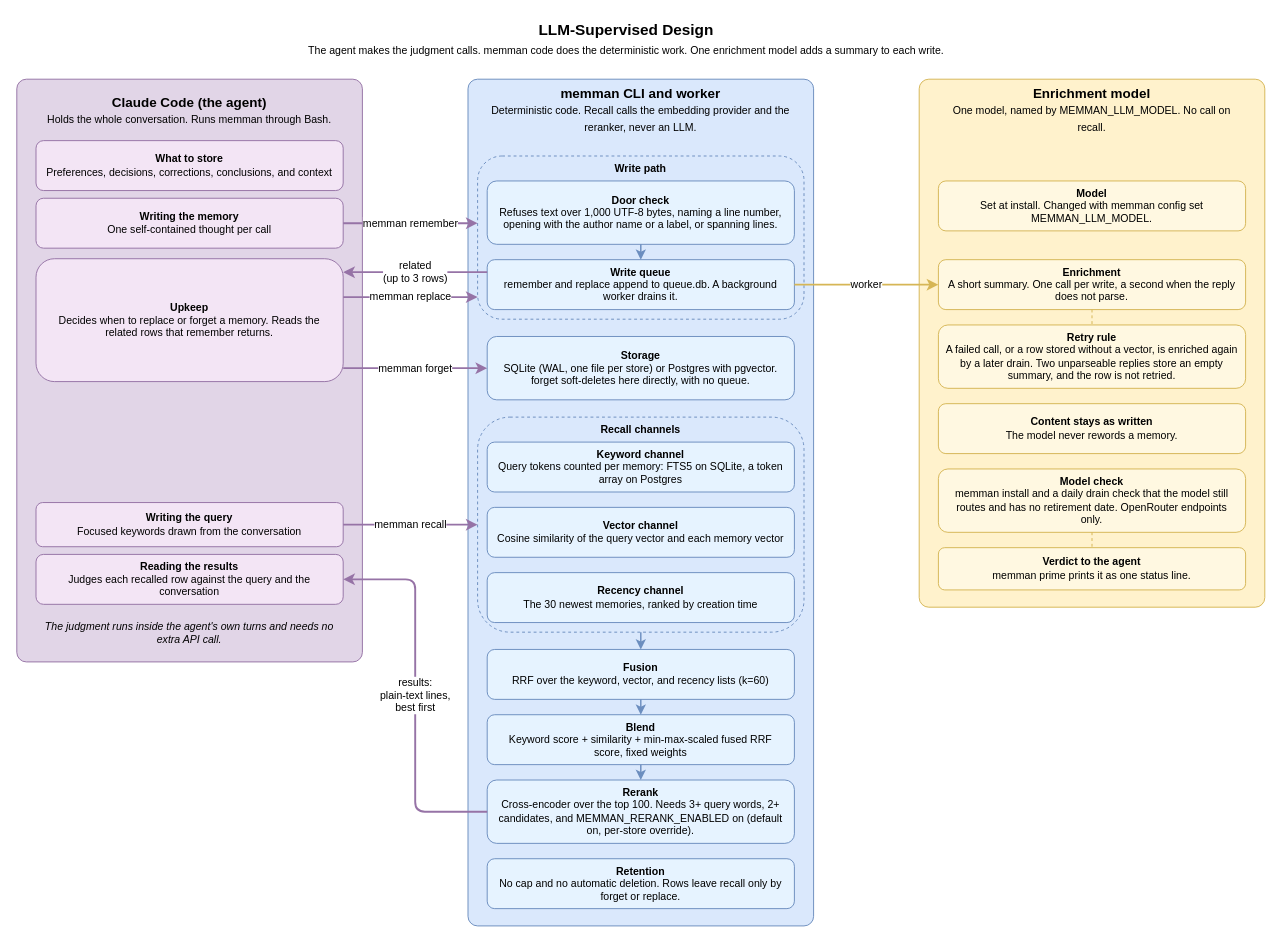
This is docs/diagrams/01-llm-supervised.drawio from bissli/memman, a draw.io file, before an edit. Source tidied: cells renumbered, new cells numbered last; positions are measured from the earlier drawing's top-left corner, leaving out a move shared by most shapes. Both pictures are drawn from the tidied source at 96%, with x=0, y=0 at pixel (16, 16).
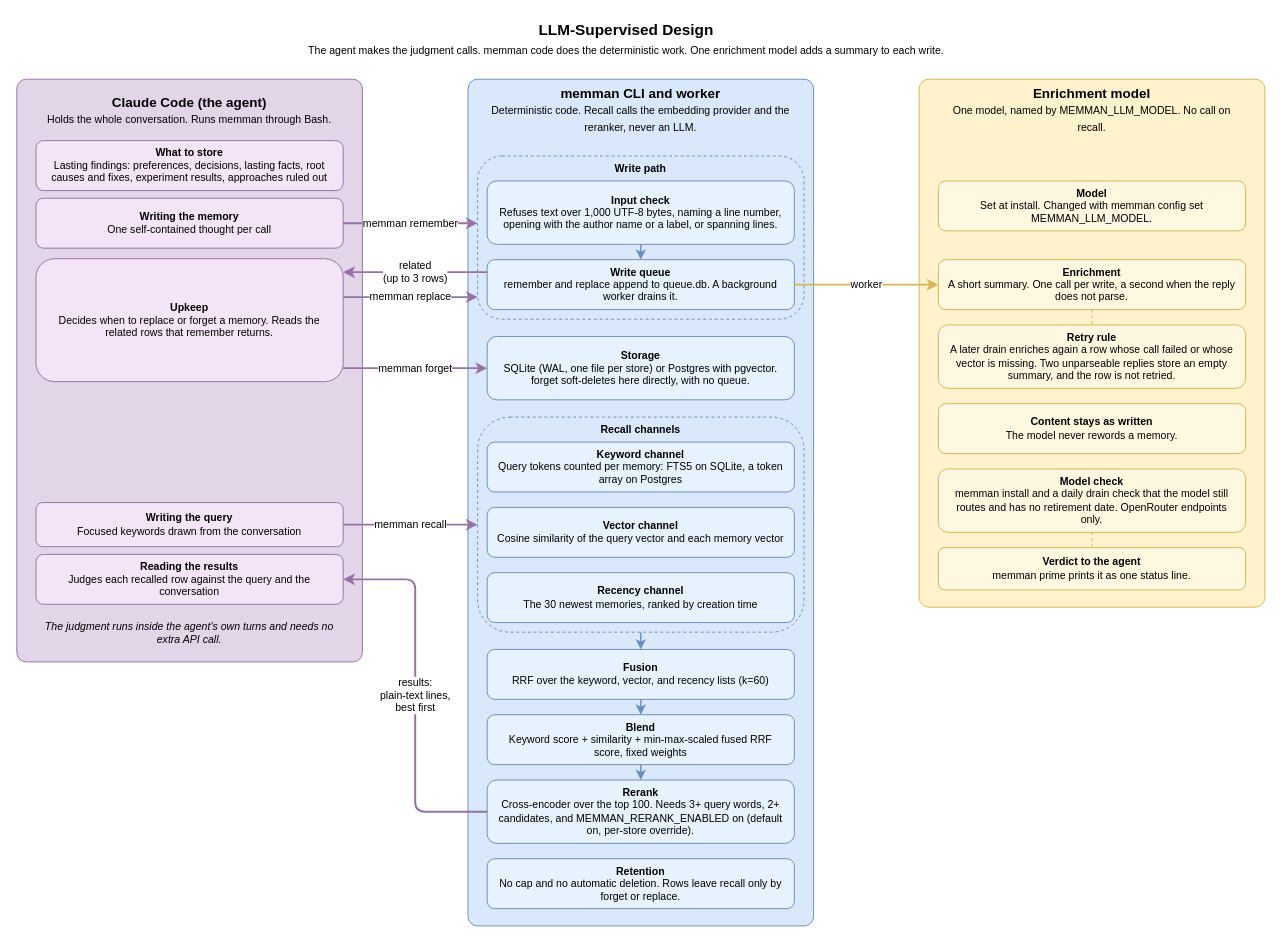
Above is the later version.

Diff of the diagram source:
```diff
@@
-    <mxCell id="5" value="&lt;b&gt;What to store&lt;/b&gt;&lt;br&gt;Preferences, decisions, corrections, conclusions, and context" style="rounded=1;whiteSpace=wrap;html=1;fillColor=#F3E5F5;strokeColor=#9673a6;fontSize=11;spacingLeft=6;spacingRight=6;" parent="1" vertex="1">
+    <mxCell id="5" value="&lt;b&gt;What to store&lt;/b&gt;&lt;br&gt;Lasting findings: preferences, decisions, lasting facts, root causes and fixes, experiment results, approaches ruled out" style="rounded=1;whiteSpace=wrap;html=1;fillColor=#F3E5F5;strokeColor=#9673a6;fontSize=11;spacingLeft=6;spacingRight=6;" parent="1" vertex="1">
       <mxGeometry x="20" y="129" width="320" height="52" as="geometry" />
     </mxCell>
@@
-    <mxCell id="14" value="&lt;b&gt;Door check&lt;/b&gt;&lt;br&gt;Refuses text over 1,000 UTF-8 bytes, naming a line number, opening with the author name or a label, or spanning lines." style="rounded=1;whiteSpace=wrap;html=1;fillColor=#E6F3FF;strokeColor=#6c8ebf;fontSize=11;spacingLeft=6;spacingRight=6;" parent="1" vertex="1">
+    <mxCell id="14" value="&lt;b&gt;Input check&lt;/b&gt;&lt;br&gt;Refuses text over 1,000 UTF-8 bytes, naming a line number, opening with the author name or a label, or spanning lines." style="rounded=1;whiteSpace=wrap;html=1;fillColor=#E6F3FF;strokeColor=#6c8ebf;fontSize=11;spacingLeft=6;spacingRight=6;" parent="1" vertex="1">
       <mxGeometry x="490" y="171" width="320" height="66" as="geometry" />
     </mxCell>
@@
-    <mxCell id="29" value="&lt;b&gt;Retry rule&lt;/b&gt;&lt;br&gt;A failed call, or a row stored without a vector, is enriched again by a later drain. Two unparseable replies store an empty summary, and the row is not retried." style="rounded=1;whiteSpace=wrap;html=1;fillColor=#FFF8E1;strokeColor=#d6b656;fontSize=11;spacingLeft=6;spacingRight=6;" parent="1" vertex="1">
+    <mxCell id="29" value="&lt;b&gt;Retry rule&lt;/b&gt;&lt;br&gt;A later drain enriches again a row whose call failed or whose vector is missing. Two unparseable replies store an empty summary, and the row is not retried." style="rounded=1;whiteSpace=wrap;html=1;fillColor=#FFF8E1;strokeColor=#d6b656;fontSize=11;spacingLeft=6;spacingRight=6;" parent="1" vertex="1">
       <mxGeometry x="960" y="321" width="320" height="66" as="geometry" />
     </mxCell>
```
